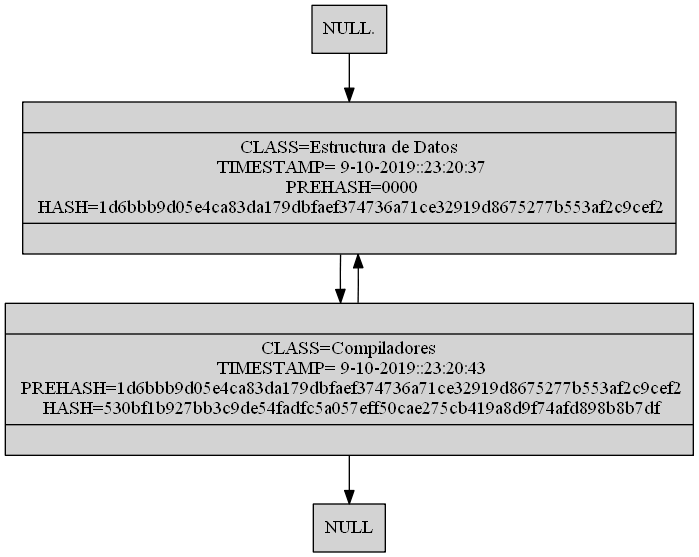
This is [EDD]P2_201701133/ListaDobleBlock.png from SelvinLP/EDD_2S2019_P2_201701133, a Graphviz export, as it was before one commit. Its source is kept beside it as [EDD]P2_201701133/ListaDobleBlock.dot. Its diagram source:
```dot
digraph List {
rankdir=TB
size="9,9"
node[shape=record,style=filled]
"NULL" [shape=box]
"NULL." [shape=box]
 "(Estructura de Datos
)"[label ="{| CLASS=Estructura de Datos
\n TIMESTAMP= 9-10-2019::23:20:37\n PREHASH=0000\n HASH=1d6bbb9d05e4ca83da179dbfaef374736a71ce32919d8675277b553af2c9cef2| }"]
 "(Compiladores
)"[label ="{| CLASS=Compiladores
\n TIMESTAMP= 9-10-2019::23:20:43\n PREHASH=1d6bbb9d05e4ca83da179dbfaef374736a71ce32919d8675277b553af2c9cef2\n HASH=530bf1b927bb3c9de54fadfc5a057eff50cae275cb419a8d9f74afd898b8b7df| }"]

"NULL." ->  "(Estructura de Datos
)" ->  "(Compiladores
)" -> "NULL"
 "(Estructura de Datos
)" ->  "(Compiladores
)"[dir=back]

}
```
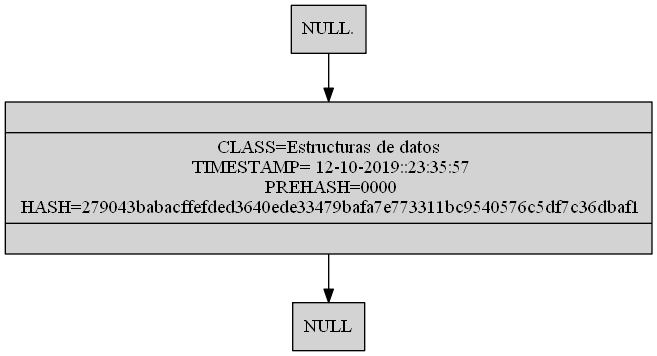
The same diagram one commit later.

Change to the diagram source:
```diff
@@ -4,18 +4,13 @@
 node[shape=record,style=filled]
 "NULL" [shape=box]
 "NULL." [shape=box]
- "(Estructura de Datos
-)"[label ="{| CLASS=Estructura de Datos
-\n TIMESTAMP= 9-10-2019::23:20:37\n PREHASH=0000\n HASH=1d6bbb9d05e4ca83da179dbfaef374736a71ce32919d8675277b553af2c9cef2| }"]
- "(Compiladores
-)"[label ="{| CLASS=Compiladores
-\n TIMESTAMP= 9-10-2019::23:20:43\n PREHASH=1d6bbb9d05e4ca83da179dbfaef374736a71ce32919d8675277b553af2c9cef2\n HASH=530bf1b927bb3c9de54fadfc5a057eff50cae275cb419a8d9f74afd898b8b7df| }"]
+ "(Estructuras de datos
+)"[label ="{| CLASS=Estructuras de datos
+\n TIMESTAMP= 12-10-2019::23:35:57\n PREHASH=0000\n HASH=279043babacffefded3640ede33479bafa7e773311bc9540576c5df7c36dbaf1| }"]
 
-"NULL." ->  "(Estructura de Datos
-)" ->  "(Compiladores
+"NULL." ->  "(Estructuras de datos
 )" -> "NULL"
- "(Estructura de Datos
-)" ->  "(Compiladores
+ "(Estructuras de datos
 )"[dir=back]
 
 }
```
